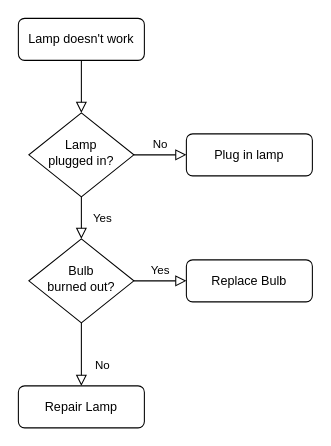
Before: musicbox.drawio in FukuokaIruka/musicbox, a draw.io diagram. Source tidied: cells renumbered, new cells numbered last; positions are measured from the earlier drawing's top-left corner, leaving out a move shared by most shapes. Both pictures are drawn from the tidied source at 105%, with x=0, y=0 at pixel (18, 18).
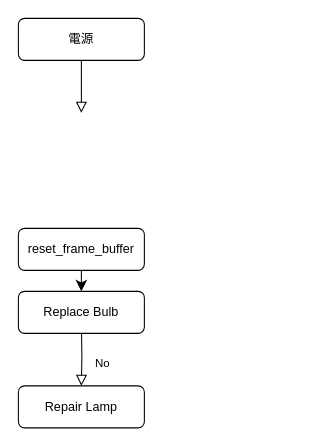
The same page after the edit.

Commit message (it also covers changes not shown here):
musicbox.drawio を更新します

Change to the diagram source:
```diff
@@
 <mxGraphModel>
   <root>
     <mxCell id="0" />
     <mxCell id="1" parent="0" />
-    <mxCell id="2" style="rounded=0;html=1;jettySize=auto;fontSize=11;endArrow=block;endFill=0;endSize=8;strokeWidth=1;shadow=0;labelBackgroundColor=none;edgeStyle=orthogonalEdgeStyle;" parent="1" edge="1" source="3" target="6">
-      <mxGeometry relative="1" as="geometry" />
+    <mxCell id="2" style="rounded=0;html=1;jettySize=auto;fontSize=11;endArrow=block;endFill=0;endSize=8;strokeWidth=1;shadow=0;labelBackgroundColor=none;edgeStyle=orthogonalEdgeStyle;" parent="1" edge="1" source="3">
+      <mxGeometry relative="1" as="geometry">
+        <mxPoint x="60" y="90" as="targetPoint" />
+      </mxGeometry>
     </mxCell>
-    <mxCell id="3" value="Lamp doesn't work" style="rounded=1;whiteSpace=wrap;html=1;fontSize=12;glass=0;strokeWidth=1;shadow=0;" parent="1" vertex="1">
+    <mxCell id="3" value="電源" style="rounded=1;whiteSpace=wrap;html=1;fontSize=12;glass=0;strokeWidth=1;shadow=0;" parent="1" vertex="1">
       <mxGeometry width="120" height="40" as="geometry" />
     </mxCell>
-    <mxCell id="4" value="Yes" style="rounded=0;html=1;jettySize=auto;fontSize=11;endArrow=block;endFill=0;endSize=8;strokeWidth=1;shadow=0;labelBackgroundColor=none;edgeStyle=orthogonalEdgeStyle;" parent="1" edge="1" source="6" target="10">
-      <mxGeometry y="20" relative="1" as="geometry" />
-    </mxCell>
-    <mxCell id="5" value="No" style="edgeStyle=orthogonalEdgeStyle;rounded=0;html=1;jettySize=auto;fontSize=11;endArrow=block;endFill=0;endSize=8;strokeWidth=1;shadow=0;labelBackgroundColor=none;" parent="1" edge="1" source="6" target="7">
-      <mxGeometry y="10" relative="1" as="geometry" />
-    </mxCell>
-    <mxCell id="6" value="Lamp&lt;br&gt;plugged in?" style="rhombus;whiteSpace=wrap;html=1;shadow=0;fontFamily=Helvetica;fontSize=12;align=center;strokeWidth=1;spacing=6;spacingTop=-4;" parent="1" vertex="1">
-      <mxGeometry x="10" y="90" width="100" height="80" as="geometry" />
-    </mxCell>
+    <mxCell id="13" style="edgeStyle=none;curved=1;rounded=0;jettySize=auto;html=1;fontSize=12;startSize=8;endSize=8;" parent="1" edge="1" source="7" target="12">
+      <mxGeometry relative="1" as="geometry" />
+    </mxCell>
-    <mxCell id="7" value="Plug in lamp" style="rounded=1;whiteSpace=wrap;html=1;fontSize=12;glass=0;strokeWidth=1;shadow=0;" parent="1" vertex="1">
-      <mxGeometry x="160" y="110" width="120" height="40" as="geometry" />
+    <mxCell id="7" value="reset_frame_buffer" style="rounded=1;whiteSpace=wrap;html=1;fontSize=12;glass=0;strokeWidth=1;shadow=0;" parent="1" vertex="1">
+      <mxGeometry y="200" width="120" height="40" as="geometry" />
     </mxCell>
-    <mxCell id="8" value="No" style="rounded=0;html=1;jettySize=auto;fontSize=11;endArrow=block;endFill=0;endSize=8;strokeWidth=1;shadow=0;labelBackgroundColor=none;edgeStyle=orthogonalEdgeStyle;" parent="1" edge="1" source="10" target="11">
-      <mxGeometry x="0.33" y="20" relative="1" as="geometry" />
+    <mxCell id="8" value="No" style="rounded=0;html=1;jettySize=auto;fontSize=11;endArrow=block;endFill=0;endSize=8;strokeWidth=1;shadow=0;labelBackgroundColor=none;edgeStyle=orthogonalEdgeStyle;" parent="1" edge="1" target="11">
+      <mxGeometry x="0.33" y="20" relative="1" as="geometry">
+        <mxPoint x="60" y="290" as="sourcePoint" />
+      </mxGeometry>
     </mxCell>
-    <mxCell id="9" value="Yes" style="edgeStyle=orthogonalEdgeStyle;rounded=0;html=1;jettySize=auto;fontSize=11;endArrow=block;endFill=0;endSize=8;strokeWidth=1;shadow=0;labelBackgroundColor=none;" parent="1" edge="1" source="10" target="12">
-      <mxGeometry y="10" relative="1" as="geometry" />
-    </mxCell>
-    <mxCell id="10" value="Bulb&lt;br&gt;burned out?" style="rhombus;whiteSpace=wrap;html=1;shadow=0;fontFamily=Helvetica;fontSize=12;align=center;strokeWidth=1;spacing=6;spacingTop=-4;" parent="1" vertex="1">
-      <mxGeometry x="10" y="210" width="100" height="80" as="geometry" />
-    </mxCell>
     <mxCell id="11" value="Repair Lamp" style="rounded=1;whiteSpace=wrap;html=1;fontSize=12;glass=0;strokeWidth=1;shadow=0;" parent="1" vertex="1">
       <mxGeometry y="350" width="120" height="40" as="geometry" />
     </mxCell>
     <mxCell id="12" value="Replace Bulb" style="rounded=1;whiteSpace=wrap;html=1;fontSize=12;glass=0;strokeWidth=1;shadow=0;" parent="1" vertex="1">
-      <mxGeometry x="160" y="230" width="120" height="40" as="geometry" />
+      <mxGeometry y="260" width="120" height="40" as="geometry" />
     </mxCell>
   </root>
 </mxGraphModel>
```
